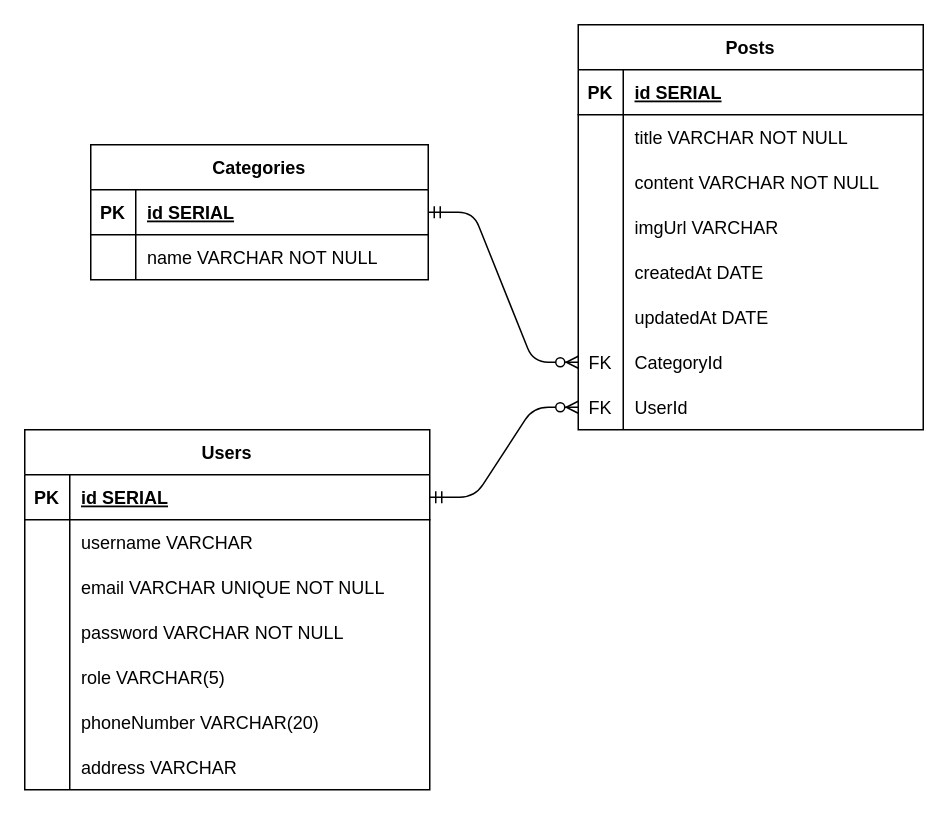
Before: schema/blog_website_schema.drawio in fauzandwip/p2-server_Blog, a draw.io diagram. Source tidied: cells renumbered, new cells numbered last; positions are measured from the earlier drawing's top-left corner, leaving out a move shared by most shapes. Both pictures are drawn from the tidied source at 150%, with x=0, y=0 at pixel (24, 24).
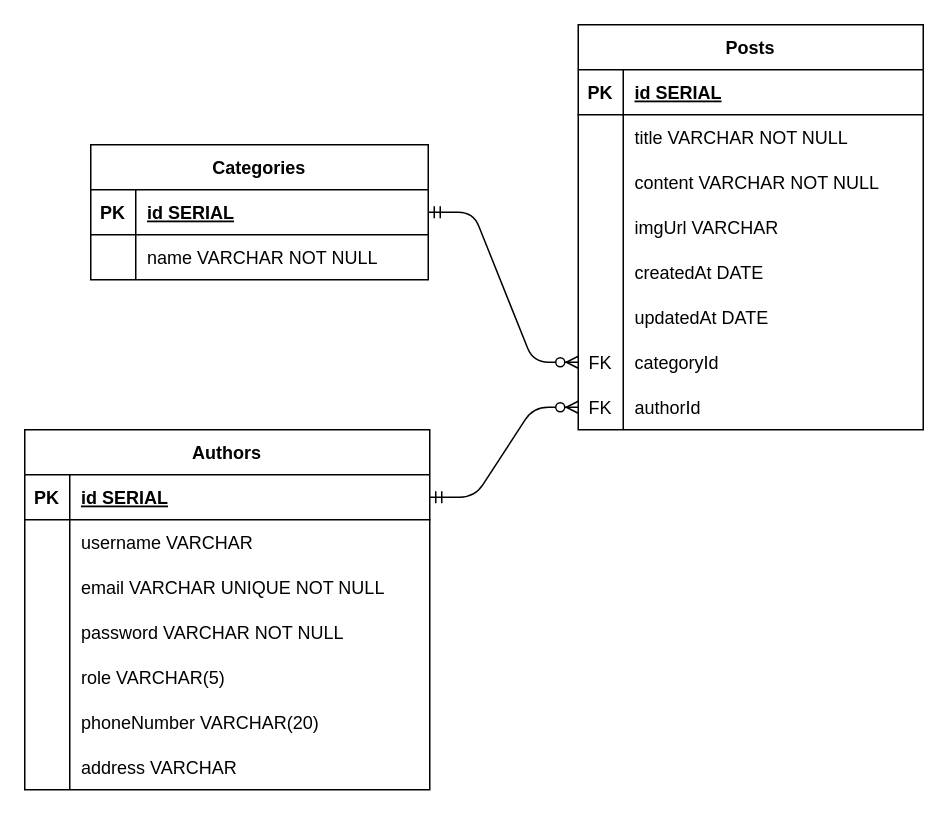
Above is the later version.

The change refers to these unchanged cells:
```xml
<mxCell id="43" style="shape=tableRow;horizontal=0;startSize=0;swimlaneHead=0;swimlaneBody=0;fillColor=none;points=[[0,0.5],[1,0.5]];portConstraint=eastwest;top=0;left=0;right=0;bottom=0;" parent="24" vertex="1">
  <mxGeometry y="210" width="230" height="30" as="geometry" />
</mxCell>
<mxCell id="46" style="shape=tableRow;horizontal=0;startSize=0;swimlaneHead=0;swimlaneBody=0;fillColor=none;points=[[0,0.5],[1,0.5]];portConstraint=eastwest;top=0;left=0;right=0;bottom=0;" parent="24" vertex="1">
  <mxGeometry y="240" width="230" height="30" as="geometry" />
</mxCell>
```

Diff of the diagram source:
```diff
@@
-    <mxCell id="2" value="Users" style="shape=table;startSize=30;childLayout=tableLayout;rowLines=0;fontStyle=1;align=center;" parent="1" vertex="1">
+    <mxCell id="2" value="Authors" style="shape=table;startSize=30;childLayout=tableLayout;rowLines=0;fontStyle=1;align=center;" parent="1" vertex="1">
       <mxGeometry y="270" width="270" height="240" as="geometry" />
     </mxCell>
@@
-    <mxCell id="45" value="CategoryId " style="shape=partialRectangle;fillColor=none;top=0;left=0;bottom=0;right=0;align=left;spacingLeft=6;overflow=hidden;" parent="43" vertex="1">
+    <mxCell id="45" value="categoryId " style="shape=partialRectangle;fillColor=none;top=0;left=0;bottom=0;right=0;align=left;spacingLeft=6;overflow=hidden;" parent="43" vertex="1">
       <mxGeometry x="30" width="200" height="30" as="geometry" />
     </mxCell>
@@
-    <mxCell id="48" value="UserId" style="shape=partialRectangle;fillColor=none;top=0;left=0;bottom=0;right=0;align=left;spacingLeft=6;overflow=hidden;" parent="46" vertex="1">
+    <mxCell id="48" value="authorId" style="shape=partialRectangle;fillColor=none;top=0;left=0;bottom=0;right=0;align=left;spacingLeft=6;overflow=hidden;" parent="46" vertex="1">
       <mxGeometry x="30" width="200" height="30" as="geometry" />
     </mxCell>
```
